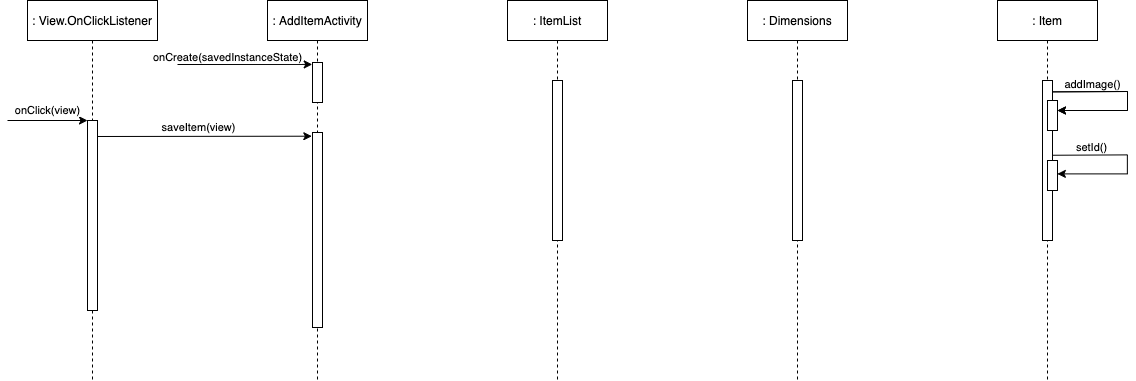
smitbmx/Architecture-Diagrams keeps this draw.io diagram as Sequence Diagrams/ApplicationBorrowedTemplateSequenceDiagram.png. Above is the earlier version. Source tidied: cells renumbered, new cells last; positions are measured from the earlier drawing's top-left corner, leaving out a move shared by most shapes.
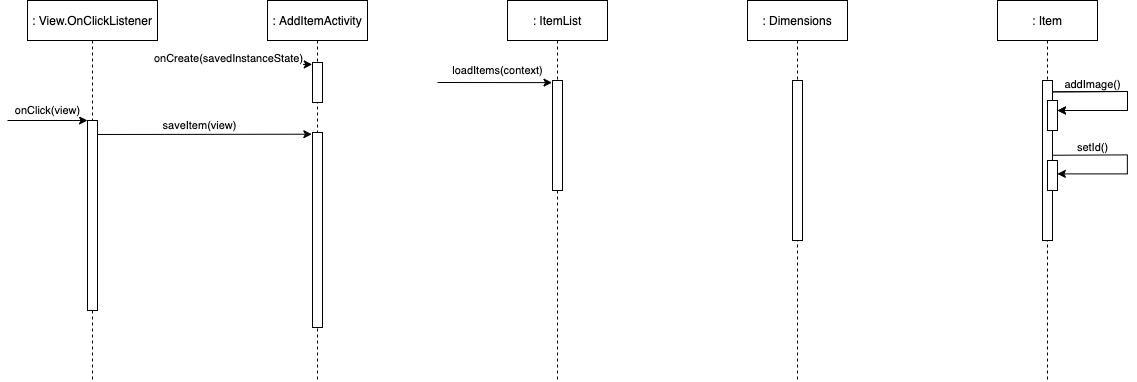
Above is the later version.

Diff of the diagram source:
```diff
@@ -2,9 +2,10 @@
   <root>
     <mxCell id="0" />
     <mxCell id="1" parent="0" />
-    <mxCell id="2" style="endArrow=classic;html=1;entryX=-0.067;entryY=0.019;entryDx=0;entryDy=0;entryPerimeter=0;" parent="1" edge="1" target="10">
+    <mxCell id="2" style="endArrow=classic;html=1;entryX=-0.067;entryY=0.019;entryDx=0;entryDy=0;entryPerimeter=0;" parent="1" edge="1">
       <mxGeometry relative="1" as="geometry">
-        <mxPoint x="84.7" y="136" as="sourcePoint" />
+        <mxPoint x="84.7" y="134" as="sourcePoint" />
+        <mxPoint x="304.3" y="133.7" as="targetPoint" />
       </mxGeometry>
     </mxCell>
     <mxCell id="3" value="saveItem(view)" style="edgeLabel;html=1;align=center;verticalAlign=middle;" parent="2" vertex="1">
@@ -45,7 +46,7 @@
       <mxGeometry x="500" width="100" height="380" as="geometry" />
     </mxCell>
     <mxCell id="12" style="perimeter=orthogonalPerimeter;rounded=0;shadow=0;strokeWidth=1;" parent="11" vertex="1">
-      <mxGeometry x="45" y="80" width="10" height="160" as="geometry" />
+      <mxGeometry x="45" y="80" width="10" height="110" as="geometry" />
     </mxCell>
     <mxCell id="13" value=": Dimensions" style="shape=umlLifeline;perimeter=lifelinePerimeter;rounded=0;shadow=0;strokeWidth=1;" parent="1" vertex="1">
       <mxGeometry x="740" width="100" height="380" as="geometry" />
@@ -109,5 +110,11 @@
         <mxPoint x="-3" y="-7" as="offset" />
       </mxGeometry>
     </mxCell>
+    <mxCell id="26" value="loadItems(context)" style="endArrow=classic;html=1;entryX=-0.049;entryY=0.092;entryDx=0;entryDy=0;entryPerimeter=0;" parent="1" edge="1">
+      <mxGeometry x="0.05" y="12" relative="1" as="geometry">
+        <mxPoint x="430" y="82" as="sourcePoint" />
+        <mxPoint x="544.5" y="82.1" as="targetPoint" />
+      </mxGeometry>
+    </mxCell>
   </root>
 </mxGraphModel>
```
